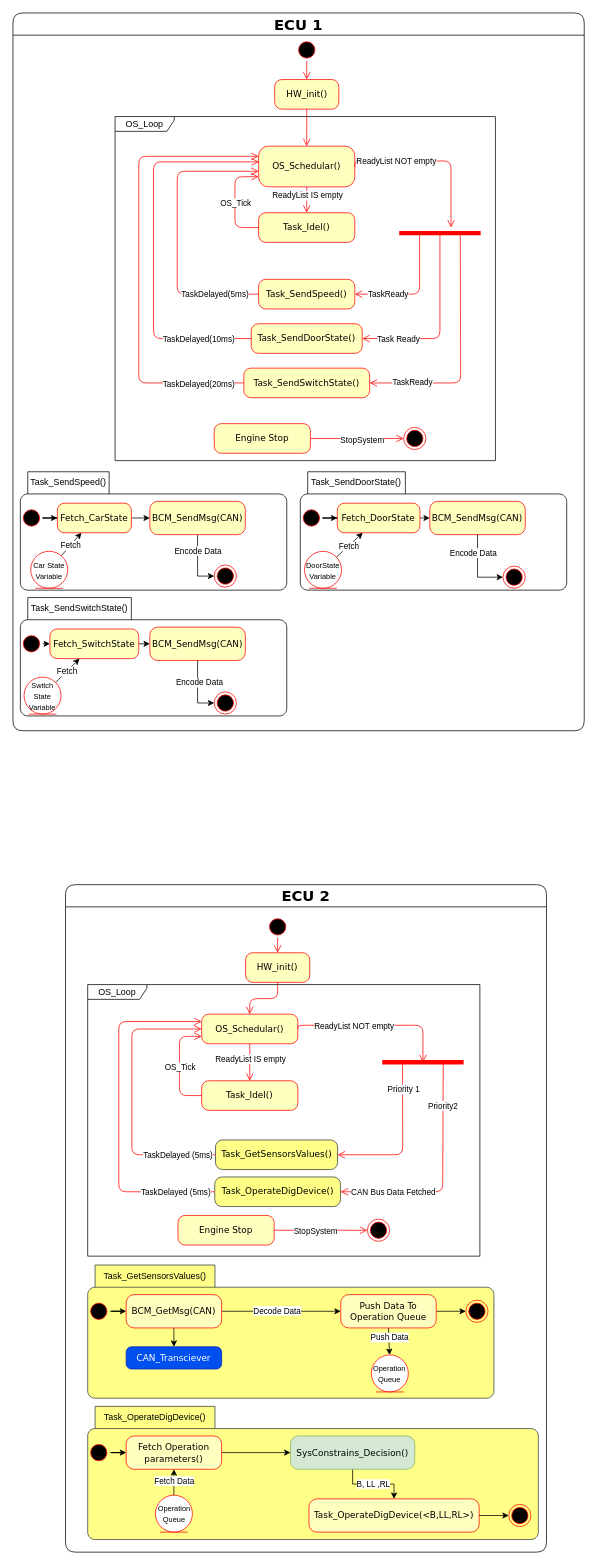
The draw.io diagram Source/Req3_Dynamic_ECU_SM.drawio in msamy0/AutomotiveDoorController_Design, before the edit. Source tidied: cells renumbered, new cells numbered last; positions are measured from the earlier drawing's top-left corner, leaving out a move shared by most shapes. Both pictures are drawn from the tidied source at 74%, with x=0, y=0 at pixel (13, 13).
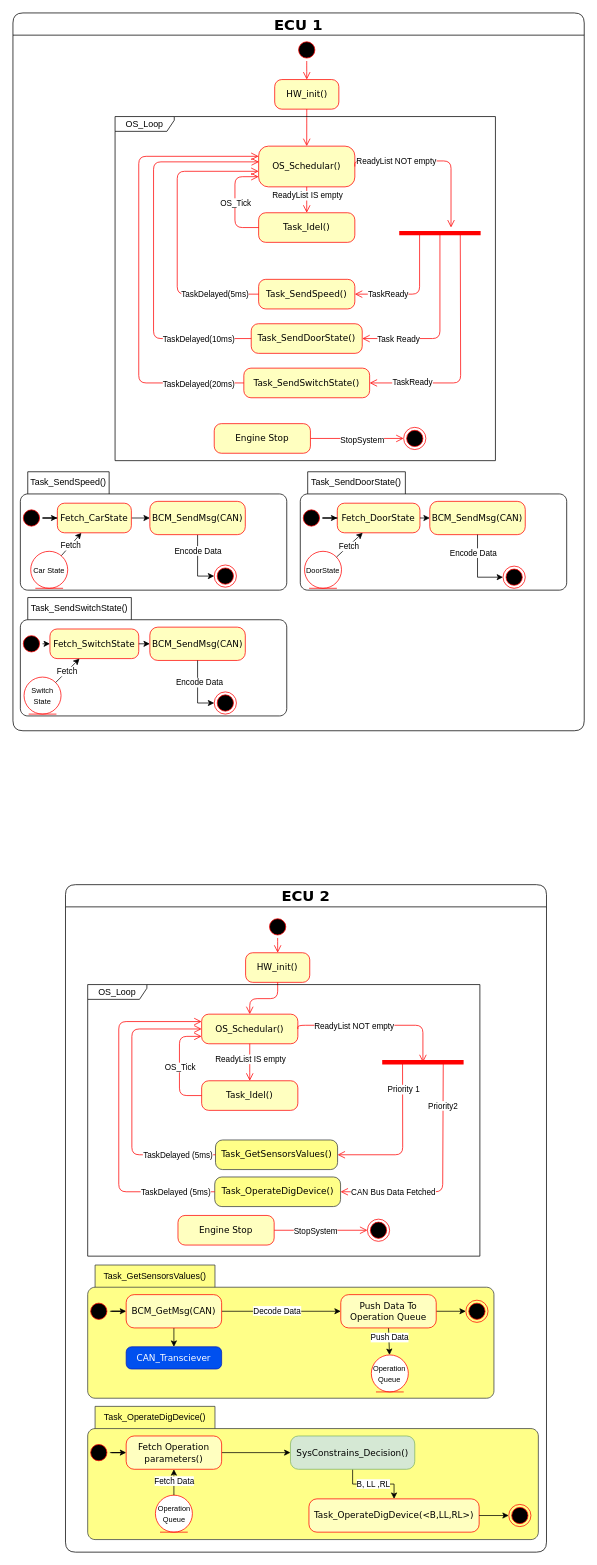
The same page after the edit.

Unchanged cells that the change refers to:
```xml
<mxCell id="2" value="&lt;font style=&quot;font-size: 20px;&quot;&gt;ECU 1&lt;/font&gt;" style="swimlane;whiteSpace=wrap;html=1;rounded=1;shadow=0;comic=0;labelBackgroundColor=none;strokeWidth=1;fontFamily=Verdana;fontSize=12;align=center;startSize=30;" parent="1" vertex="1">
  <mxGeometry width="772" height="970" as="geometry" />
</mxCell>
```

The edit, as a diff of the source:
```diff
@@
-    <mxCell id="43" value="&lt;font style=&quot;font-size: 10px;&quot;&gt;Car State&lt;br&gt;Variable&lt;/font&gt;" style="ellipse;shape=umlEntity;whiteSpace=wrap;html=1;strokeColor=#FF0000;" parent="2" vertex="1">
+    <mxCell id="43" value="&lt;font style=&quot;font-size: 10px;&quot;&gt;Car State&lt;br&gt;&lt;/font&gt;" style="ellipse;shape=umlEntity;whiteSpace=wrap;html=1;strokeColor=#FF0000;" parent="2" vertex="1">
       <mxGeometry x="24" y="727.5" width="50" height="50" as="geometry" />
     </mxCell>
@@
-    <mxCell id="52" value="&lt;font style=&quot;font-size: 10px;&quot;&gt;DoorState&lt;br&gt;Variable&lt;/font&gt;" style="ellipse;shape=umlEntity;whiteSpace=wrap;html=1;strokeColor=#FF0000;" parent="2" vertex="1">
+    <mxCell id="52" value="&lt;font style=&quot;font-size: 10px;&quot;&gt;DoorState&lt;br&gt;&lt;/font&gt;" style="ellipse;shape=umlEntity;whiteSpace=wrap;html=1;strokeColor=#FF0000;" parent="2" vertex="1">
       <mxGeometry x="394" y="727.5" width="50" height="50" as="geometry" />
     </mxCell>
@@
-    <mxCell id="63" value="&lt;font style=&quot;font-size: 10px;&quot;&gt;Switch State&lt;br&gt;Variable&lt;/font&gt;" style="ellipse;shape=umlEntity;whiteSpace=wrap;html=1;strokeColor=#FF0000;" parent="2" vertex="1">
+    <mxCell id="63" value="&lt;font style=&quot;font-size: 10px;&quot;&gt;Switch State&lt;br&gt;&lt;/font&gt;" style="ellipse;shape=umlEntity;whiteSpace=wrap;html=1;strokeColor=#FF0000;" parent="2" vertex="1">
       <mxGeometry x="15" y="897.5" width="50" height="50" as="geometry" />
     </mxCell>
```
